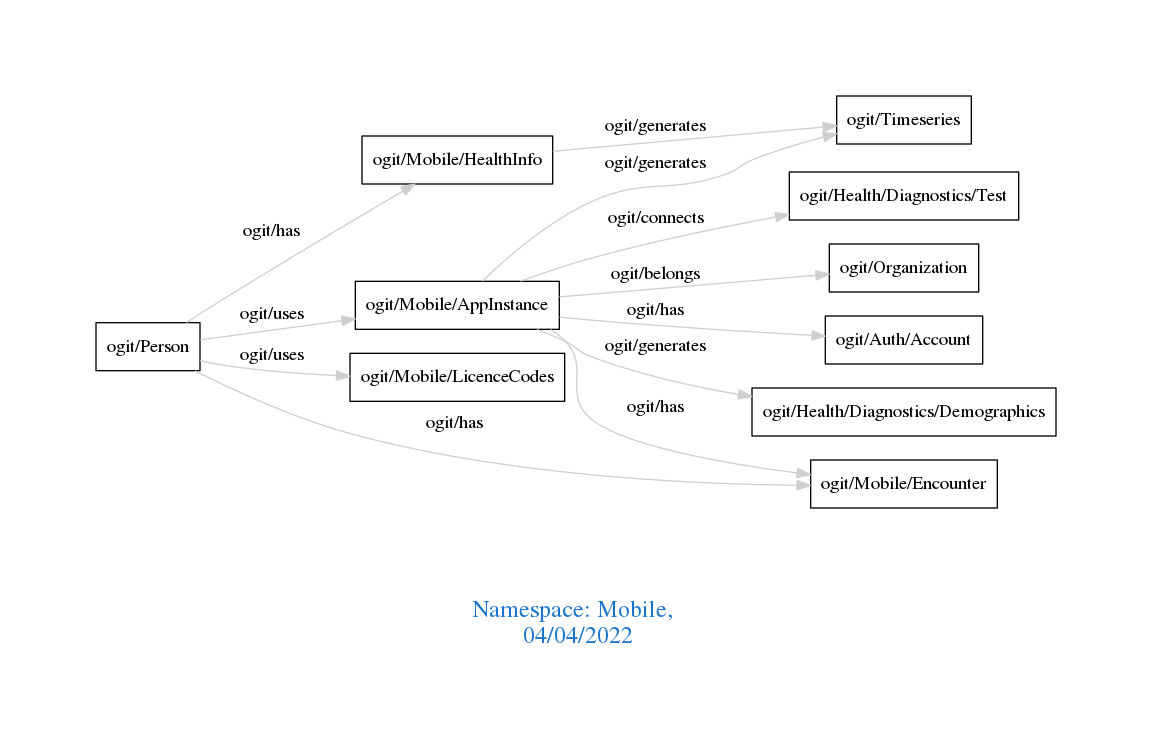
arago/OGIT keeps this Graphviz diagram as downloads/Mobile.png. Above is the earlier version. Its source is kept beside it as downloads/Mobile.dot.
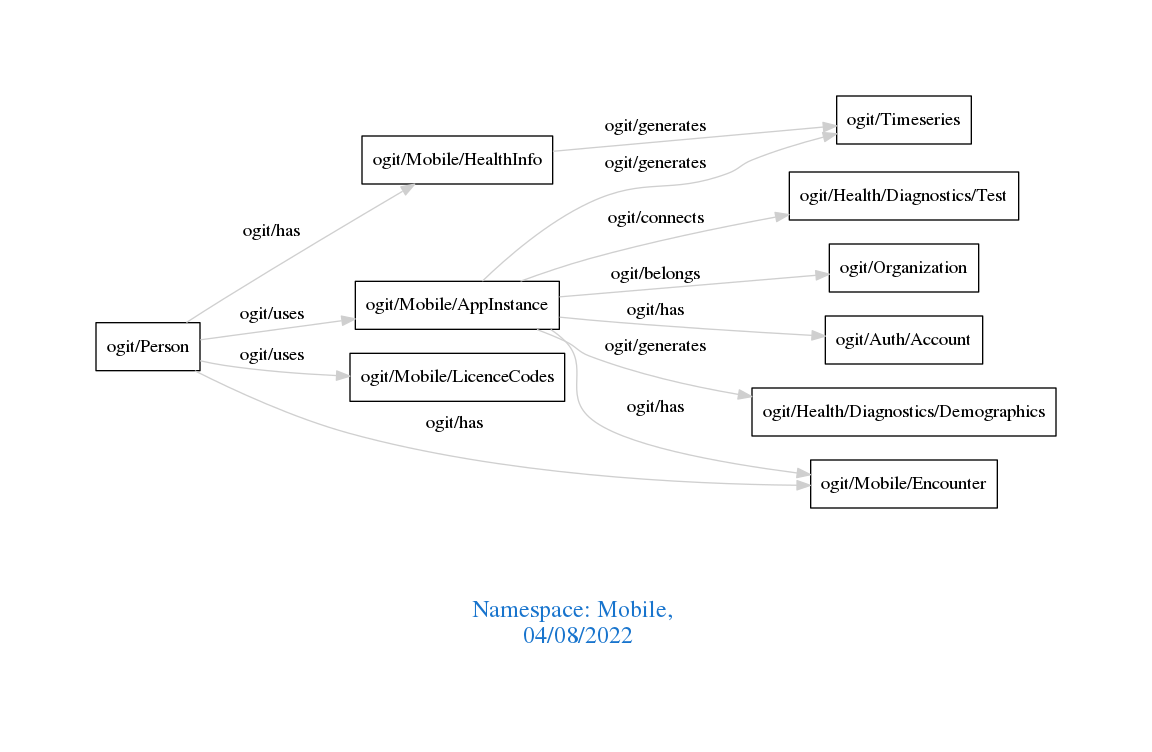
The same file after the commit.

Change to the diagram source:
```diff
@@ -1,7 +1,7 @@
 digraph OGIT_ontology {
  graph [ rankdir= LR,pad=1
 fontsize = 18,
-fontcolor= dodgerblue3,label = "\n\n\nNamespace: Mobile, \n 04/04/2022"];
+fontcolor= dodgerblue3,label = "\n\n\nNamespace: Mobile, \n 04/08/2022"];
 node[shape=polygon];
 edge [  color="gray81"];
 
```
